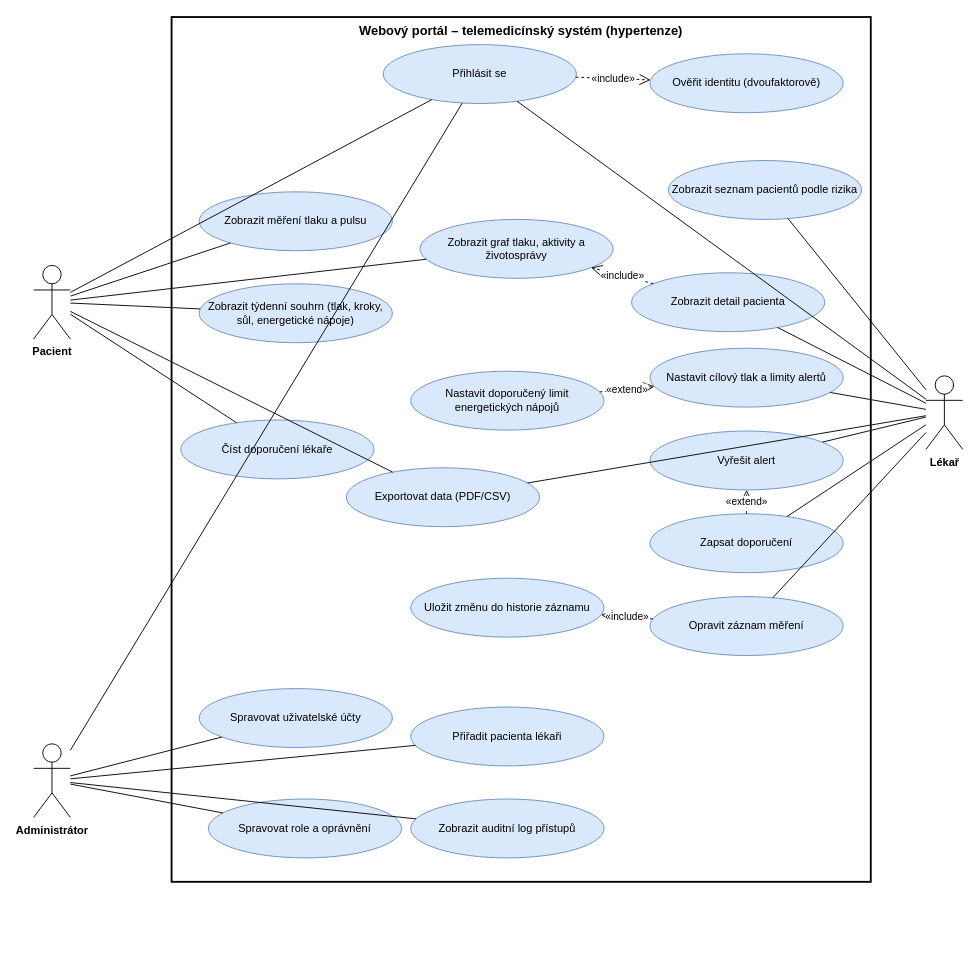
This is Sabi/UC_webovy_portal.drawio from stastmar/SI_projekt, a draw.io file, before an edit. Source tidied: cells renumbered, new cells numbered last; positions are measured from the earlier drawing's top-left corner, leaving out a move shared by most shapes. Both pictures are drawn from the tidied source at 92%, with x=0, y=0 at pixel (33, 17).
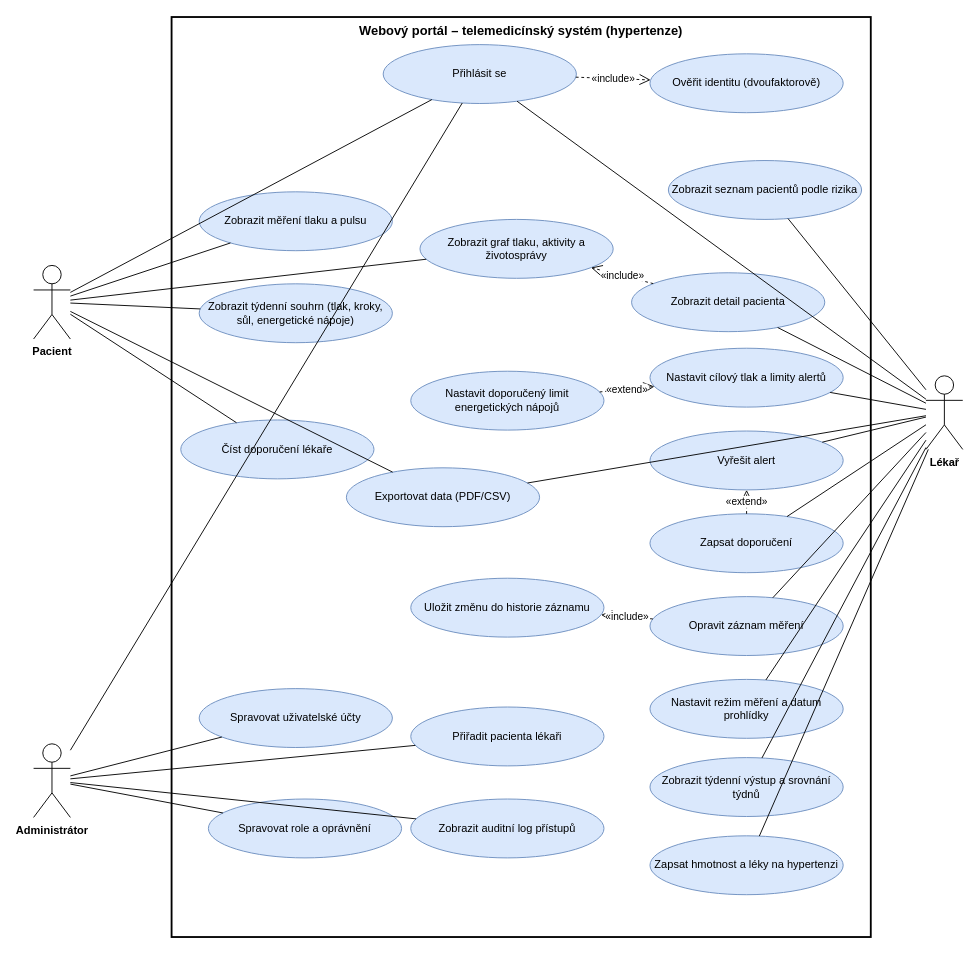
The same page after the edit.

Unchanged cells that the change refers to:
```xml
<mxCell id="4" value="Lékař" style="shape=umlActor;verticalLabelPosition=bottom;verticalAlign=top;html=1;outlineConnect=0;fontStyle=1;" parent="1" vertex="1">
  <mxGeometry x="970" y="390" width="40" height="80" as="geometry" />
</mxCell>
```

The edit, as a diff of the source:
```diff
@@
     <mxCell id="2" value="Webový portál – telemedicínský systém (hypertenze)" style="rounded=0;whiteSpace=wrap;html=1;fillColor=none;verticalAlign=top;align=center;fontStyle=1;fontSize=14;strokeWidth=2;" parent="1" vertex="1">
-      <mxGeometry x="150" width="760" height="940" as="geometry" />
+      <mxGeometry x="150" width="760" height="1000" as="geometry" />
     </mxCell>
@@
+    <mxCell id="49" value="Nastavit režim měření a datum prohlídky" style="ellipse;whiteSpace=wrap;html=1;fillColor=#dae8fc;strokeColor=#6c8ebf;fontSize=12;" parent="1" vertex="1">
+      <mxGeometry x="670" y="720" width="210" height="64" as="geometry" />
+    </mxCell>
+    <mxCell id="50" value="Zobrazit týdenní výstup a srovnání týdnů" style="ellipse;whiteSpace=wrap;html=1;fillColor=#dae8fc;strokeColor=#6c8ebf;fontSize=12;" parent="1" vertex="1">
+      <mxGeometry x="670" y="805" width="210" height="64" as="geometry" />
+    </mxCell>
+    <mxCell id="51" value="Zapsat hmotnost a léky na hypertenzi" style="ellipse;whiteSpace=wrap;html=1;fillColor=#dae8fc;strokeColor=#6c8ebf;fontSize=12;" parent="1" vertex="1">
+      <mxGeometry x="670" y="890" width="210" height="64" as="geometry" />
+    </mxCell>
+    <mxCell id="52" style="endArrow=none;html=1;" parent="1" edge="1" source="4" target="49">
+      <mxGeometry relative="1" as="geometry" />
+    </mxCell>
+    <mxCell id="53" style="endArrow=none;html=1;" parent="1" edge="1" source="4" target="50">
+      <mxGeometry relative="1" as="geometry" />
+    </mxCell>
+    <mxCell id="54" style="endArrow=none;html=1;" parent="1" edge="1" source="4" target="51">
+      <mxGeometry relative="1" as="geometry" />
+    </mxCell>
```
